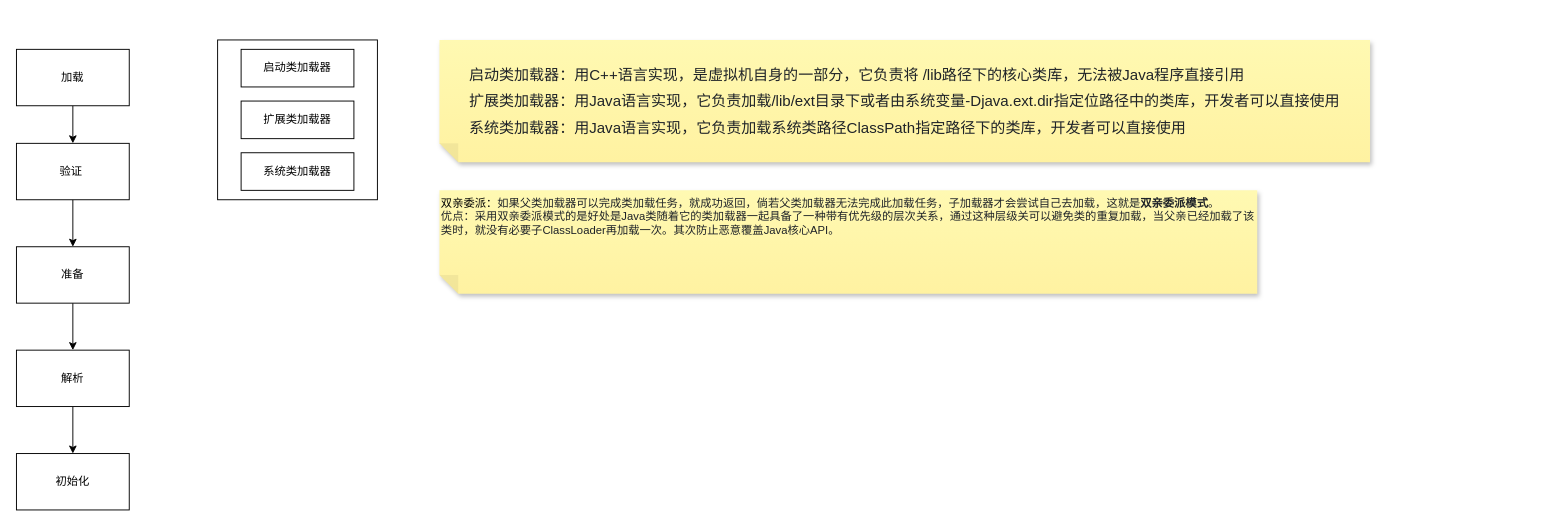
Before: 未命名绘图.drawio in ggs2015/file, a draw.io diagram. Source tidied: cells renumbered, new cells numbered last; positions are measured from the earlier drawing's top-left corner, leaving out a move shared by most shapes. Both pictures are drawn from the tidied source at 94%, with x=0, y=0 at pixel (16, 39).
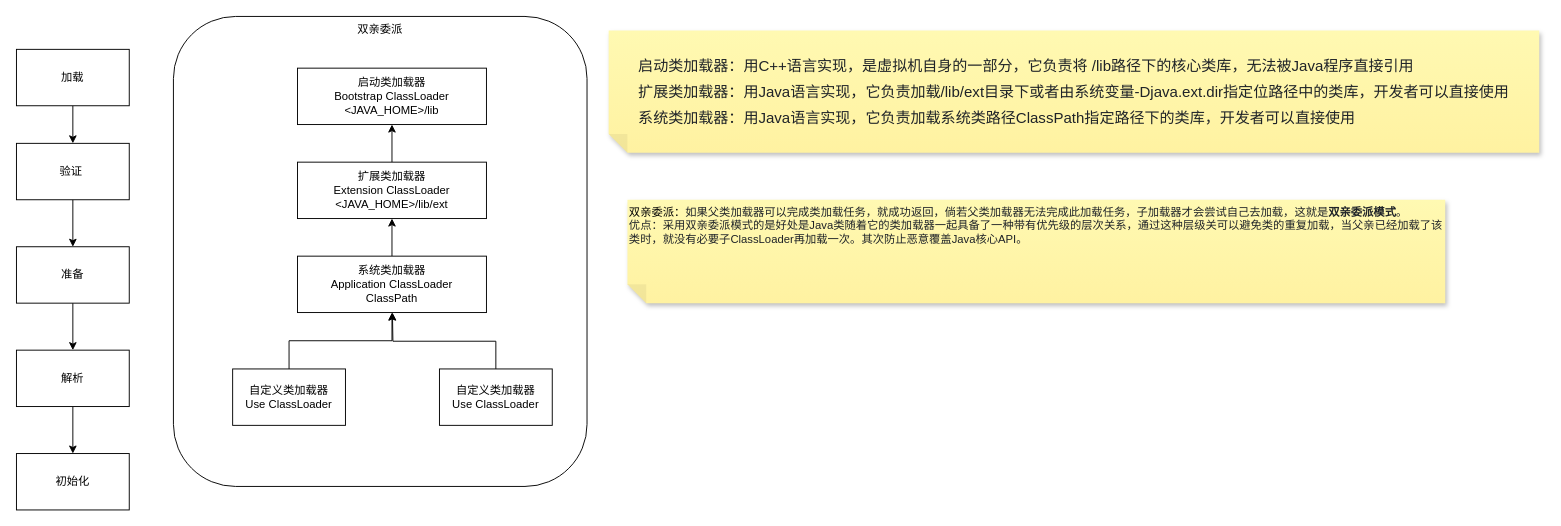
After the change.

What changed in the source:
```diff
@@
+    <mxCell id="17" value="双亲委派" style="rounded=1;whiteSpace=wrap;html=1;verticalAlign=top;" parent="1" vertex="1">
+      <mxGeometry x="167" y="-25" width="440" height="500" as="geometry" />
+    </mxCell>
@@
-    <mxCell id="11" style="whiteSpace=wrap;html=1;" parent="1" vertex="1">
-      <mxGeometry x="214" width="170" height="170" as="geometry" />
-    </mxCell>
-    <mxCell id="12" value="启动类加载器" style="rounded=0;whiteSpace=wrap;html=1;" parent="1" vertex="1">
-      <mxGeometry x="239" y="10" width="120" height="40" as="geometry" />
+    <mxCell id="12" value="启动类加载器&lt;div&gt;Bootstrap ClassLoader&lt;/div&gt;&lt;div&gt;&amp;lt;JAVA_HOME&amp;gt;/lib&lt;/div&gt;" style="rounded=0;whiteSpace=wrap;html=1;" parent="1" vertex="1">
+      <mxGeometry x="299" y="30" width="201" height="60" as="geometry" />
     </mxCell>
+    <mxCell id="18" style="edgeStyle=orthogonalEdgeStyle;rounded=0;jettySize=auto;html=1;exitX=0.5;exitY=0;exitDx=0;exitDy=0;entryX=0.5;entryY=1;entryDx=0;entryDy=0;" parent="1" edge="1" source="13" target="12">
+      <mxGeometry relative="1" as="geometry" />
+    </mxCell>
-    <mxCell id="13" value="扩展类加载器" style="rounded=0;whiteSpace=wrap;html=1;" parent="1" vertex="1">
-      <mxGeometry x="239" y="65" width="120" height="40" as="geometry" />
+    <mxCell id="13" value="扩展类加载器&lt;div&gt;Extension ClassLoader&lt;/div&gt;&lt;div&gt;&amp;lt;JAVA_HOME&amp;gt;/lib/ext&lt;/div&gt;" style="rounded=0;whiteSpace=wrap;html=1;" parent="1" vertex="1">
+      <mxGeometry x="299" y="130" width="201" height="60" as="geometry" />
     </mxCell>
+    <mxCell id="19" style="edgeStyle=orthogonalEdgeStyle;rounded=0;jettySize=auto;html=1;exitX=0.5;exitY=0;exitDx=0;exitDy=0;entryX=0.5;entryY=1;entryDx=0;entryDy=0;" parent="1" edge="1" source="14" target="13">
+      <mxGeometry relative="1" as="geometry" />
+    </mxCell>
-    <mxCell id="14" value="系统类加载器" style="rounded=0;whiteSpace=wrap;html=1;" parent="1" vertex="1">
-      <mxGeometry x="239" y="120" width="120" height="40" as="geometry" />
+    <mxCell id="14" value="系统类加载器&lt;div&gt;Application&amp;nbsp;&lt;span style=&quot;background-color: transparent; color: light-dark(rgb(0, 0, 0), rgb(255, 255, 255));&quot;&gt;ClassLoader&lt;/span&gt;&lt;/div&gt;&lt;div&gt;ClassPath&lt;/div&gt;" style="rounded=0;whiteSpace=wrap;html=1;" parent="1" vertex="1">
+      <mxGeometry x="299" y="230" width="201" height="60" as="geometry" />
     </mxCell>
     <mxCell id="15" value="&lt;article data-content=&quot;[{&amp;quot;type&amp;quot;:&amp;quot;block&amp;quot;,&amp;quot;id&amp;quot;:&amp;quot;B2jv-1771046455341&amp;quot;,&amp;quot;name&amp;quot;:&amp;quot;paragraph&amp;quot;,&amp;quot;data&amp;quot;:{&amp;quot;style&amp;quot;:{&amp;quot;color&amp;quot;:&amp;quot;#1f2328&amp;quot;,&amp;quot;fontSize&amp;quot;:16}},&amp;quot;nodes&amp;quot;:[{&amp;quot;type&amp;quot;:&amp;quot;text&amp;quot;,&amp;quot;id&amp;quot;:&amp;quot;wsHb-1771046455342&amp;quot;,&amp;quot;leaves&amp;quot;:[{&amp;quot;text&amp;quot;:&amp;quot;启动类加载器：用C++语言实现，是虚拟机自身的一部分，它负责将&amp;nbsp;&amp;lt;JAVA_HOME&amp;gt;/lib路径下的核心类库，无法被Java程序直接引用&amp;quot;,&amp;quot;marks&amp;quot;:[]}]}],&amp;quot;state&amp;quot;:{}},{&amp;quot;type&amp;quot;:&amp;quot;block&amp;quot;,&amp;quot;id&amp;quot;:&amp;quot;cYQ8-1771051115265&amp;quot;,&amp;quot;name&amp;quot;:&amp;quot;paragraph&amp;quot;,&amp;quot;data&amp;quot;:{&amp;quot;style&amp;quot;:{&amp;quot;color&amp;quot;:&amp;quot;#1f2328&amp;quot;,&amp;quot;fontSize&amp;quot;:16},&amp;quot;version&amp;quot;:1},&amp;quot;nodes&amp;quot;:[{&amp;quot;type&amp;quot;:&amp;quot;text&amp;quot;,&amp;quot;id&amp;quot;:&amp;quot;igLF-1771051115264&amp;quot;,&amp;quot;leaves&amp;quot;:[{&amp;quot;text&amp;quot;:&amp;quot;扩展类加载器：用Java语言实现，它负责加载&amp;lt;JAVA_HOME&amp;gt;/lib/ext目录下或者由系统变量-Djava.ext.dir指定位路径中的类库，开发者可以直接使用&amp;quot;,&amp;quot;marks&amp;quot;:[]}]}],&amp;quot;state&amp;quot;:{}},{&amp;quot;type&amp;quot;:&amp;quot;block&amp;quot;,&amp;quot;id&amp;quot;:&amp;quot;eyKx-1771051115267&amp;quot;,&amp;quot;name&amp;quot;:&amp;quot;paragraph&amp;quot;,&amp;quot;data&amp;quot;:{&amp;quot;style&amp;quot;:{&amp;quot;color&amp;quot;:&amp;quot;#1f2328&amp;quot;,&amp;quot;fontSize&amp;quot;:16},&amp;quot;version&amp;quot;:1},&amp;quot;nodes&amp;quot;:[{&amp;quot;type&amp;quot;:&amp;quot;text&amp;quot;,&amp;quot;id&amp;quot;:&amp;quot;hCmu-1771051115266&amp;quot;,&amp;quot;leaves&amp;quot;:[{&amp;quot;text&amp;quot;:&amp;quot;系统类加载器：用Java语言实现，它负责加载系统类路径ClassPath指定路径下的类库，开发者可以直接使用&amp;quot;,&amp;quot;marks&amp;quot;:[]}]}],&amp;quot;state&amp;quot;:{}}]&quot;&gt;&lt;div style=&quot;white-space-collapse: preserve; line-height: 1.75; font-size: 16px; text-align: left; color: rgb(31, 35, 40);&quot;&gt;启动类加载器：用C++语言实现，是虚拟机自身的一部分，它负责将 /lib路径下的核心类库，无法被Java程序直接引用&lt;/div&gt;&lt;div style=&quot;white-space-collapse: preserve; line-height: 1.75; font-size: 16px; text-align: left; color: rgb(31, 35, 40);&quot;&gt;扩展类加载器：用Java语言实现，它负责加载/lib/ext目录下或者由系统变量-Djava.ext.dir指定位路径中的类库，开发者可以直接使用&lt;/div&gt;&lt;div style=&quot;text-align: left; white-space-collapse: preserve; line-height: 1.75; font-size: 16px; color: rgb(31, 35, 40);&quot;&gt;系统类加载器：用Java语言实现，它负责加载系统类路径ClassPath指定路径下的类库，开发者可以直接使用&lt;/div&gt;&lt;/article&gt;" style="shape=note;whiteSpace=wrap;html=1;backgroundOutline=1;fontColor=#000000;darkOpacity=0.05;fillColor=#FFF9B2;strokeColor=none;fillStyle=solid;direction=west;gradientDirection=north;gradientColor=#FFF2A1;shadow=1;size=20;" parent="1" vertex="1">
-      <mxGeometry x="450" width="990" height="130" as="geometry" />
+      <mxGeometry x="630" y="-10" width="990" height="130" as="geometry" />
     </mxCell>
     <mxCell id="16" value="双亲委派：&lt;span&gt;&lt;span style=&quot;font-size: inherit; white-space-collapse: preserve; color: rgb(31, 35, 40); font-family: Arial;&quot;&gt;如果父类加载器可以完成类加载任务，就成功返回，倘若父类加载器无法完成此加载任务，子加载器才会尝试自己去加载，这就是&lt;/span&gt;&lt;span style=&quot;font-size: inherit; white-space-collapse: preserve; font-weight: bold; color: rgb(31, 35, 40); font-family: Arial;&quot;&gt;双亲委派模式&lt;/span&gt;&lt;span style=&quot;font-size: inherit; white-space-collapse: preserve; color: rgb(31, 35, 40); font-family: Arial;&quot;&gt;。&lt;/span&gt;&lt;/span&gt;&lt;div&gt;&lt;font color=&quot;#1f2328&quot; face=&quot;Arial&quot;&gt;&lt;span style=&quot;white-space-collapse: preserve;&quot;&gt;优点：&lt;/span&gt;&lt;/font&gt;&lt;span style=&quot;color: rgb(31, 35, 40); font-family: Arial; font-size: inherit; white-space-collapse: preserve;&quot;&gt;采用双亲委派模式的是好处是Java类随着它的类加载器一起具备了一种带有优先级的层次关系，通过这种层级关可以避免类的重复加载，当父亲已经加载了该类时，就没有必要子ClassLoader再加载一次。其次防止恶意覆盖Java核心API。&lt;/span&gt;&lt;/div&gt;" style="shape=note;whiteSpace=wrap;html=1;backgroundOutline=1;fontColor=#000000;darkOpacity=0.05;fillColor=#FFF9B2;strokeColor=none;fillStyle=solid;direction=west;gradientDirection=north;gradientColor=#FFF2A1;shadow=1;size=20;verticalAlign=top;align=left;" parent="1" vertex="1">
-      <mxGeometry x="450" y="160" width="870" height="110" as="geometry" />
+      <mxGeometry x="650" y="170" width="870" height="110" as="geometry" />
     </mxCell>
+    <mxCell id="20" style="edgeStyle=orthogonalEdgeStyle;rounded=0;jettySize=auto;html=1;exitX=0.5;exitY=0;exitDx=0;exitDy=0;entryX=0.5;entryY=1;entryDx=0;entryDy=0;" parent="1" edge="1" source="21" target="14">
+      <mxGeometry relative="1" as="geometry" />
+    </mxCell>
+    <mxCell id="21" value="自定义类加载器&lt;div&gt;Use ClassLoader&lt;/div&gt;" style="rounded=0;whiteSpace=wrap;html=1;" parent="1" vertex="1">
+      <mxGeometry x="230" y="350" width="120" height="60" as="geometry" />
+    </mxCell>
+    <mxCell id="22" style="edgeStyle=orthogonalEdgeStyle;rounded=0;jettySize=auto;html=1;exitX=0.5;exitY=0;exitDx=0;exitDy=0;" parent="1" edge="1" source="23">
+      <mxGeometry relative="1" as="geometry">
+        <mxPoint x="400" y="290" as="targetPoint" />
+      </mxGeometry>
+    </mxCell>
+    <mxCell id="23" value="自定义类加载器&lt;div&gt;Use ClassLoader&lt;/div&gt;" style="rounded=0;whiteSpace=wrap;html=1;" parent="1" vertex="1">
+      <mxGeometry x="450" y="350" width="120" height="60" as="geometry" />
+    </mxCell>
```
